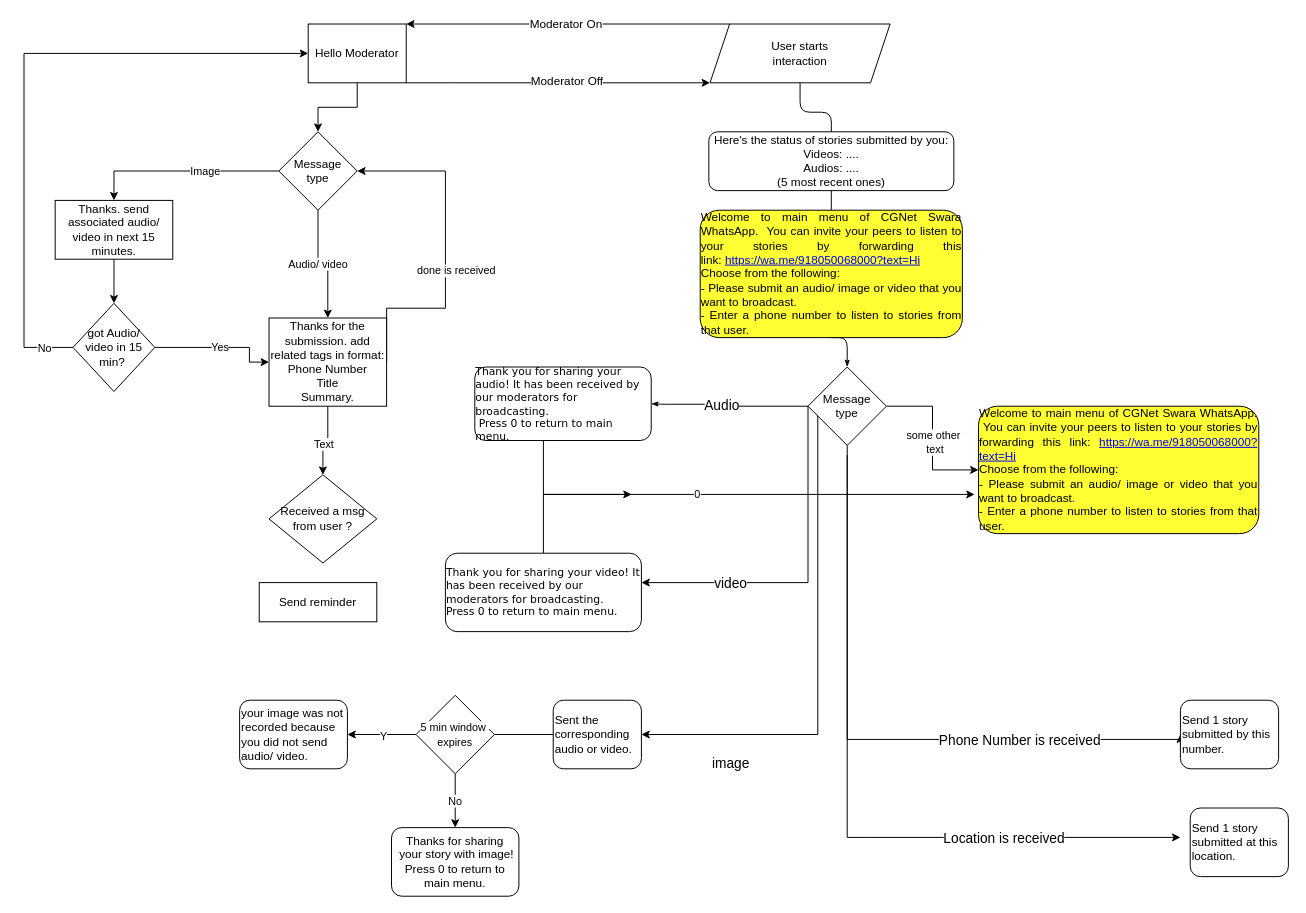
Before: page "5 may" (6 of 6) of DisseminationFlow.drawio in PriyankaVerma98/CGNetSwara-WhatsApp, a draw.io diagram. Source tidied: cells renumbered, new cells numbered last; positions are measured from the earlier drawing's top-left corner, leaving out a move shared by most shapes. Both pictures are drawn from the tidied source at 98%, with x=0, y=0 at pixel (24, 24).
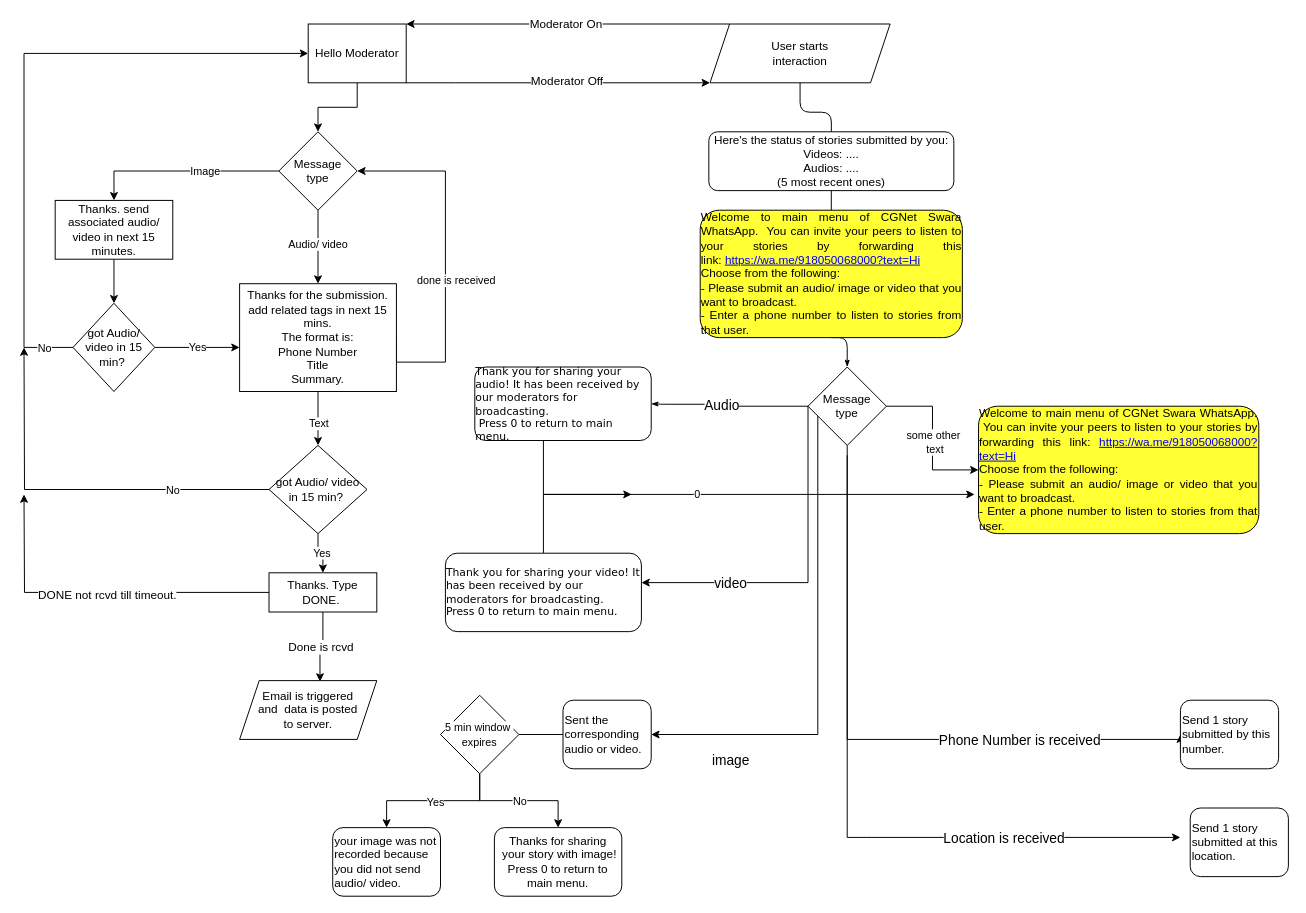
The same page after the edit.

Unchanged cells that the change refers to:
```xml
<mxCell id="25" style="edgeStyle=orthogonalEdgeStyle;rounded=0;jettySize=auto;html=1;startArrow=none;" parent="1" edge="1" source="31" target="29">
  <mxGeometry relative="1" as="geometry" />
</mxCell>
<mxCell id="47" value="Message &lt;br&gt;type" style="rhombus;whiteSpace=wrap;html=1;" parent="1" vertex="1">
  <mxGeometry x="260" y="110" width="80" height="80" as="geometry" />
</mxCell>
<mxCell id="59" value="got Audio/ video in 15 min?&amp;nbsp;" style="rhombus;whiteSpace=wrap;html=1;" parent="1" vertex="1">
  <mxGeometry x="50" y="285" width="83.5" height="90" as="geometry" />
</mxCell>
```

What changed in the source:
```diff
@@
-    <mxCell id="26" value="Y" style="edgeLabel;html=1;align=center;verticalAlign=middle;" parent="25" vertex="1">
+    <mxCell id="26" value="Yes" style="edgeLabel;html=1;align=center;verticalAlign=middle;" parent="25" vertex="1">
       <mxGeometry x="-0.03" y="1" relative="1" as="geometry" />
     </mxCell>
     <mxCell id="27" value="Sent the corresponding audio or video." style="rounded=1;whiteSpace=wrap;html=1;align=left;" parent="1" vertex="1">
-      <mxGeometry x="540" y="690" width="90" height="70" as="geometry" />
+      <mxGeometry x="550" y="690" width="90" height="70" as="geometry" />
     </mxCell>
@@
     <mxCell id="29" value="your image was not recorded because you did not send audio/ video." style="rounded=1;whiteSpace=wrap;html=1;align=left;" parent="1" vertex="1">
-      <mxGeometry x="220" y="690" width="110" height="70" as="geometry" />
+      <mxGeometry x="315" y="820" width="110" height="70" as="geometry" />
     </mxCell>
@@
     <mxCell id="31" value="&lt;span style=&quot;font-size: 11px ; background-color: rgb(255 , 255 , 255)&quot;&gt;5 min window&amp;nbsp;&lt;/span&gt;&lt;br style=&quot;font-size: 11px ; background-color: rgb(255 , 255 , 255)&quot;&gt;&lt;span style=&quot;font-size: 11px ; background-color: rgb(255 , 255 , 255)&quot;&gt;expires&lt;/span&gt;" style="rhombus;whiteSpace=wrap;html=1;" parent="1" vertex="1">
-      <mxGeometry x="400" y="685" width="80" height="80" as="geometry" />
+      <mxGeometry x="425" y="685" width="80" height="80" as="geometry" />
     </mxCell>
@@
     <mxCell id="33" value="Thanks for sharing &amp;nbsp;your story with image!&lt;br&gt;Press 0 to return to main menu." style="rounded=1;whiteSpace=wrap;html=1;" parent="1" vertex="1">
-      <mxGeometry x="375" y="820" width="130" height="70" as="geometry" />
+      <mxGeometry x="480" y="820" width="130" height="70" as="geometry" />
     </mxCell>
@@
     <mxCell id="48" style="edgeStyle=orthogonalEdgeStyle;rounded=0;jettySize=auto;html=1;exitX=1;exitY=0.5;exitDx=0;exitDy=0;entryX=1;entryY=0.5;entryDx=0;entryDy=0;" parent="1" edge="1" source="52" target="47">
       <mxGeometry relative="1" as="geometry">
         <Array as="points">
-          <mxPoint x="430" y="290" />
+          <mxPoint x="430" y="345" />
           <mxPoint x="430" y="150" />
         </Array>
       </mxGeometry>
     </mxCell>
@@
-    <mxCell id="52" value="Thanks for the submission. add related tags in format:&lt;br&gt;Phone Number&lt;br&gt;Title&lt;br&gt;Summary." style="whiteSpace=wrap;html=1;" parent="1" vertex="1">
-      <mxGeometry x="250" y="300" width="120" height="90" as="geometry" />
+    <mxCell id="52" value="Thanks for the submission. add related tags in next 15 mins.&lt;br&gt;The format is:&lt;br&gt;Phone Number&lt;br&gt;Title&lt;br&gt;Summary." style="whiteSpace=wrap;html=1;" parent="1" vertex="1">
+      <mxGeometry x="220" y="265" width="160" height="110" as="geometry" />
     </mxCell>
-    <mxCell id="53" value="Yes" style="edgeStyle=orthogonalEdgeStyle;rounded=0;jettySize=auto;html=1;entryX=0;entryY=0.5;entryDx=0;entryDy=0;exitX=1;exitY=0.5;exitDx=0;exitDy=0;" parent="1" edge="1" source="59" target="52">
+    <mxCell id="53" value="Yes" style="edgeStyle=orthogonalEdgeStyle;rounded=0;jettySize=auto;html=1;exitX=1;exitY=0.5;exitDx=0;exitDy=0;" parent="1" edge="1" source="59" target="52">
       <mxGeometry relative="1" as="geometry">
         <Array as="points">
           <mxPoint x="230" y="330" />
-          <mxPoint x="230" y="345" />
+          <mxPoint x="230" y="330" />
         </Array>
       </mxGeometry>
     </mxCell>
@@
+    <mxCell id="61" style="edgeStyle=orthogonalEdgeStyle;rounded=0;jettySize=auto;html=1;entryX=0.586;entryY=0.017;entryDx=0;entryDy=0;entryPerimeter=0;" parent="1" edge="1" source="56" target="69">
+      <mxGeometry relative="1" as="geometry" />
+    </mxCell>
+    <mxCell id="62" value="&lt;font style=&quot;font-size: 12px&quot;&gt;Done is rcvd&lt;/font&gt;" style="edgeLabel;html=1;align=center;verticalAlign=middle;" parent="61" vertex="1">
+      <mxGeometry x="0.04" relative="1" as="geometry" />
+    </mxCell>
+    <mxCell id="63" style="edgeStyle=orthogonalEdgeStyle;rounded=0;jettySize=auto;html=1;" parent="1" edge="1" source="56">
+      <mxGeometry relative="1" as="geometry">
+        <mxPoint y="480" as="targetPoint" />
+      </mxGeometry>
+    </mxCell>
+    <mxCell id="64" value="&lt;font style=&quot;font-size: 12px&quot;&gt;DONE not rcvd till timeout.&lt;/font&gt;" style="edgeLabel;html=1;align=center;verticalAlign=middle;" parent="63" vertex="1">
+      <mxGeometry x="-0.05" y="2" relative="1" as="geometry" />
+    </mxCell>
-    <mxCell id="56" value="Send reminder" style="whiteSpace=wrap;html=1;" parent="1" vertex="1">
-      <mxGeometry x="240" y="570" width="120" height="40" as="geometry" />
+    <mxCell id="56" value="Thanks. Type DONE.&amp;nbsp;" style="whiteSpace=wrap;html=1;" parent="1" vertex="1">
+      <mxGeometry x="250" y="560" width="110" height="40" as="geometry" />
     </mxCell>
@@
+    <mxCell id="65" style="edgeStyle=orthogonalEdgeStyle;rounded=0;jettySize=auto;html=1;" parent="1" edge="1" source="60">
+      <mxGeometry relative="1" as="geometry">
+        <mxPoint y="330" as="targetPoint" />
+      </mxGeometry>
+    </mxCell>
+    <mxCell id="66" value="No" style="edgeLabel;html=1;align=center;verticalAlign=middle;" parent="65" vertex="1">
+      <mxGeometry x="-0.49" y="5" relative="1" as="geometry">
+        <mxPoint x="2" y="-5" as="offset" />
+      </mxGeometry>
+    </mxCell>
+    <mxCell id="67" style="edgeStyle=orthogonalEdgeStyle;rounded=0;jettySize=auto;html=1;exitX=0.5;exitY=1;exitDx=0;exitDy=0;entryX=0.5;entryY=0;entryDx=0;entryDy=0;" parent="1" edge="1" source="60" target="56">
+      <mxGeometry relative="1" as="geometry" />
+    </mxCell>
+    <mxCell id="68" value="Yes" style="edgeLabel;html=1;align=center;verticalAlign=middle;" parent="67" vertex="1">
+      <mxGeometry y="1" relative="1" as="geometry" />
+    </mxCell>
-    <mxCell id="60" value="Received a msg from user ?" style="rhombus;whiteSpace=wrap;html=1;" parent="1" vertex="1">
-      <mxGeometry x="250" y="460" width="110" height="90" as="geometry" />
+    <mxCell id="60" value="got Audio/ video in 15 min?&amp;nbsp;" style="rhombus;whiteSpace=wrap;html=1;" parent="1" vertex="1">
+      <mxGeometry x="250" y="430" width="100" height="90" as="geometry" />
     </mxCell>
+    <mxCell id="69" value="Email is triggered &lt;br&gt;and &amp;nbsp;data is posted &lt;br&gt;to server." style="shape=parallelogram;perimeter=parallelogramPerimeter;whiteSpace=wrap;html=1;fixedSize=1;" parent="1" vertex="1">
+      <mxGeometry x="220" y="670" width="140" height="60" as="geometry" />
+    </mxCell>
```
